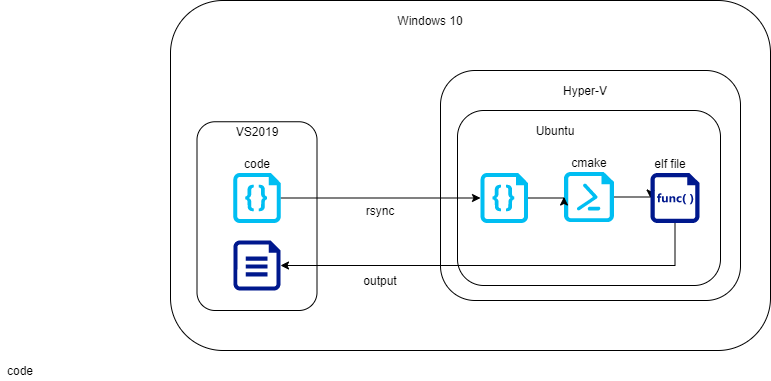
Before: resource/image1.png, a diagram exported from draw.io (matanki-saito/vs2019AsmSample). Source tidied: cells renumbered, new cells last; positions are measured from the earlier drawing's top-left corner, leaving out a move shared by most shapes. The source it was exported from:
```xml
<mxGraphModel>
  <root>
    <mxCell id="0" />
    <mxCell id="1" parent="0" />
    <mxCell id="2" style="rounded=1;whiteSpace=wrap;html=1;" parent="1" vertex="1">
      <mxGeometry x="170" width="600" height="350" as="geometry" />
    </mxCell>
    <mxCell id="3" style="rounded=1;whiteSpace=wrap;html=1;" parent="1" vertex="1">
      <mxGeometry x="196.5" y="121.2" width="120" height="188.8" as="geometry" />
    </mxCell>
    <mxCell id="4" value="Windows 10" style="text;html=1;strokeColor=none;fillColor=none;align=center;verticalAlign=middle;whiteSpace=wrap;rounded=0;" parent="1" vertex="1">
      <mxGeometry x="390" y="10" width="80" height="20" as="geometry" />
    </mxCell>
    <mxCell id="5" style="rounded=1;whiteSpace=wrap;html=1;" parent="1" vertex="1">
      <mxGeometry x="440" y="70" width="300" height="230" as="geometry" />
    </mxCell>
    <mxCell id="6" value="Hyper-V" style="text;html=1;strokeColor=none;fillColor=none;align=center;verticalAlign=middle;whiteSpace=wrap;rounded=0;" parent="1" vertex="1">
      <mxGeometry x="550" y="80" width="70" height="20" as="geometry" />
    </mxCell>
    <mxCell id="7" style="rounded=1;whiteSpace=wrap;html=1;" parent="1" vertex="1">
      <mxGeometry x="457" y="110" width="263" height="175" as="geometry" />
    </mxCell>
    <mxCell id="8" value="rsync" style="text;html=1;strokeColor=none;fillColor=none;align=center;verticalAlign=middle;whiteSpace=wrap;rounded=0;" parent="1" vertex="1">
      <mxGeometry x="360" y="200" width="40" height="20" as="geometry" />
    </mxCell>
    <mxCell id="9" style="edgeStyle=orthogonalEdgeStyle;rounded=0;jettySize=auto;html=1;exitX=1;exitY=0.5;exitDx=0;exitDy=0;exitPerimeter=0;entryX=0;entryY=0.5;entryDx=0;entryDy=0;entryPerimeter=0;" parent="1" edge="1" source="10" target="16">
      <mxGeometry relative="1" as="geometry" />
    </mxCell>
    <mxCell id="10" style="verticalLabelPosition=bottom;html=1;verticalAlign=top;align=center;strokeColor=none;fillColor=#00BEF2;shape=mxgraph.azure.powershell_file;" parent="1" vertex="1">
      <mxGeometry x="563.5" y="171.5" width="50" height="50" as="geometry" />
    </mxCell>
    <mxCell id="11" value="Ubuntu" style="text;html=1;strokeColor=none;fillColor=none;align=center;verticalAlign=middle;whiteSpace=wrap;rounded=0;" parent="1" vertex="1">
      <mxGeometry x="535" y="120" width="40" height="20" as="geometry" />
    </mxCell>
    <mxCell id="12" value="cmake" style="text;html=1;strokeColor=none;fillColor=none;align=center;verticalAlign=middle;whiteSpace=wrap;rounded=0;" parent="1" vertex="1">
      <mxGeometry x="568.5" y="151.5" width="40" height="20" as="geometry" />
    </mxCell>
    <mxCell id="13" style="edgeStyle=orthogonalEdgeStyle;rounded=0;jettySize=auto;html=1;exitX=1;exitY=0.5;exitDx=0;exitDy=0;exitPerimeter=0;entryX=0;entryY=0.5;entryDx=0;entryDy=0;entryPerimeter=0;" parent="1" edge="1" source="14" target="23">
      <mxGeometry relative="1" as="geometry" />
    </mxCell>
    <mxCell id="14" style="verticalLabelPosition=bottom;html=1;verticalAlign=top;align=center;strokeColor=none;fillColor=#00BEF2;shape=mxgraph.azure.code_file;" parent="1" vertex="1">
      <mxGeometry x="232.8" y="172.5" width="47.5" height="50" as="geometry" />
    </mxCell>
    <mxCell id="15" style="edgeStyle=orthogonalEdgeStyle;rounded=0;jettySize=auto;html=1;exitX=0.5;exitY=1;exitDx=0;exitDy=0;exitPerimeter=0;entryX=1;entryY=0.5;entryDx=0;entryDy=0;entryPerimeter=0;" parent="1" edge="1" source="16" target="17">
      <mxGeometry relative="1" as="geometry" />
    </mxCell>
    <mxCell id="16" style="shadow=0;dashed=0;html=1;strokeColor=none;labelPosition=center;verticalLabelPosition=bottom;verticalAlign=top;align=center;fillColor=#00188D;shape=mxgraph.mscae.enterprise.code_file;" parent="1" vertex="1">
      <mxGeometry x="650" y="172.5" width="49" height="50" as="geometry" />
    </mxCell>
    <mxCell id="17" style="shadow=0;dashed=0;html=1;strokeColor=none;labelPosition=center;verticalLabelPosition=bottom;verticalAlign=top;align=center;fillColor=#00188D;shape=mxgraph.azure.file;" parent="1" vertex="1">
      <mxGeometry x="233" y="240" width="47" height="50" as="geometry" />
    </mxCell>
    <mxCell id="18" value="elf file" style="text;html=1;strokeColor=none;fillColor=none;align=center;verticalAlign=middle;whiteSpace=wrap;rounded=0;" parent="1" vertex="1">
      <mxGeometry x="650" y="152.5" width="40" height="20" as="geometry" />
    </mxCell>
    <mxCell id="19" value="output" style="text;html=1;strokeColor=none;fillColor=none;align=center;verticalAlign=middle;whiteSpace=wrap;rounded=0;" parent="1" vertex="1">
      <mxGeometry x="360" y="270" width="40" height="20" as="geometry" />
    </mxCell>
    <mxCell id="20" value="code" style="text;html=1;strokeColor=none;fillColor=none;align=center;verticalAlign=middle;whiteSpace=wrap;rounded=0;" parent="1" vertex="1">
      <mxGeometry y="360" width="40" height="20" as="geometry" />
    </mxCell>
    <mxCell id="21" value="VS2019" style="text;html=1;strokeColor=none;fillColor=none;align=center;verticalAlign=middle;whiteSpace=wrap;rounded=0;" parent="1" vertex="1">
      <mxGeometry x="236.5" y="121.2" width="40" height="20" as="geometry" />
    </mxCell>
    <mxCell id="22" style="edgeStyle=orthogonalEdgeStyle;rounded=0;jettySize=auto;html=1;exitX=1;exitY=0.5;exitDx=0;exitDy=0;exitPerimeter=0;entryX=0;entryY=0.5;entryDx=0;entryDy=0;entryPerimeter=0;" parent="1" edge="1" source="23" target="10">
      <mxGeometry relative="1" as="geometry" />
    </mxCell>
    <mxCell id="23" style="verticalLabelPosition=bottom;html=1;verticalAlign=top;align=center;strokeColor=none;fillColor=#00BEF2;shape=mxgraph.azure.code_file;" parent="1" vertex="1">
      <mxGeometry x="480" y="172.5" width="47.5" height="50" as="geometry" />
    </mxCell>
    <mxCell id="24" value="code" style="text;html=1;strokeColor=none;fillColor=none;align=center;verticalAlign=middle;whiteSpace=wrap;rounded=0;" parent="1" vertex="1">
      <mxGeometry x="236.5" y="152.5" width="40" height="20" as="geometry" />
    </mxCell>
  </root>
</mxGraphModel>
```
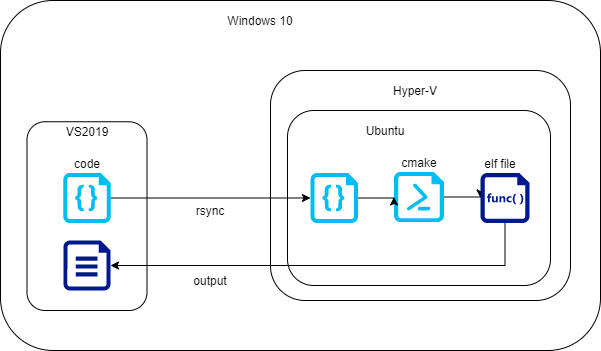
The same diagram one commit later.

What changed in the source:
```diff
@@ -56,9 +56,6 @@
     <mxCell id="19" value="output" style="text;html=1;strokeColor=none;fillColor=none;align=center;verticalAlign=middle;whiteSpace=wrap;rounded=0;" parent="1" vertex="1">
       <mxGeometry x="360" y="270" width="40" height="20" as="geometry" />
     </mxCell>
-    <mxCell id="20" value="code" style="text;html=1;strokeColor=none;fillColor=none;align=center;verticalAlign=middle;whiteSpace=wrap;rounded=0;" parent="1" vertex="1">
-      <mxGeometry y="360" width="40" height="20" as="geometry" />
-    </mxCell>
     <mxCell id="21" value="VS2019" style="text;html=1;strokeColor=none;fillColor=none;align=center;verticalAlign=middle;whiteSpace=wrap;rounded=0;" parent="1" vertex="1">
       <mxGeometry x="236.5" y="121.2" width="40" height="20" as="geometry" />
     </mxCell>
```
